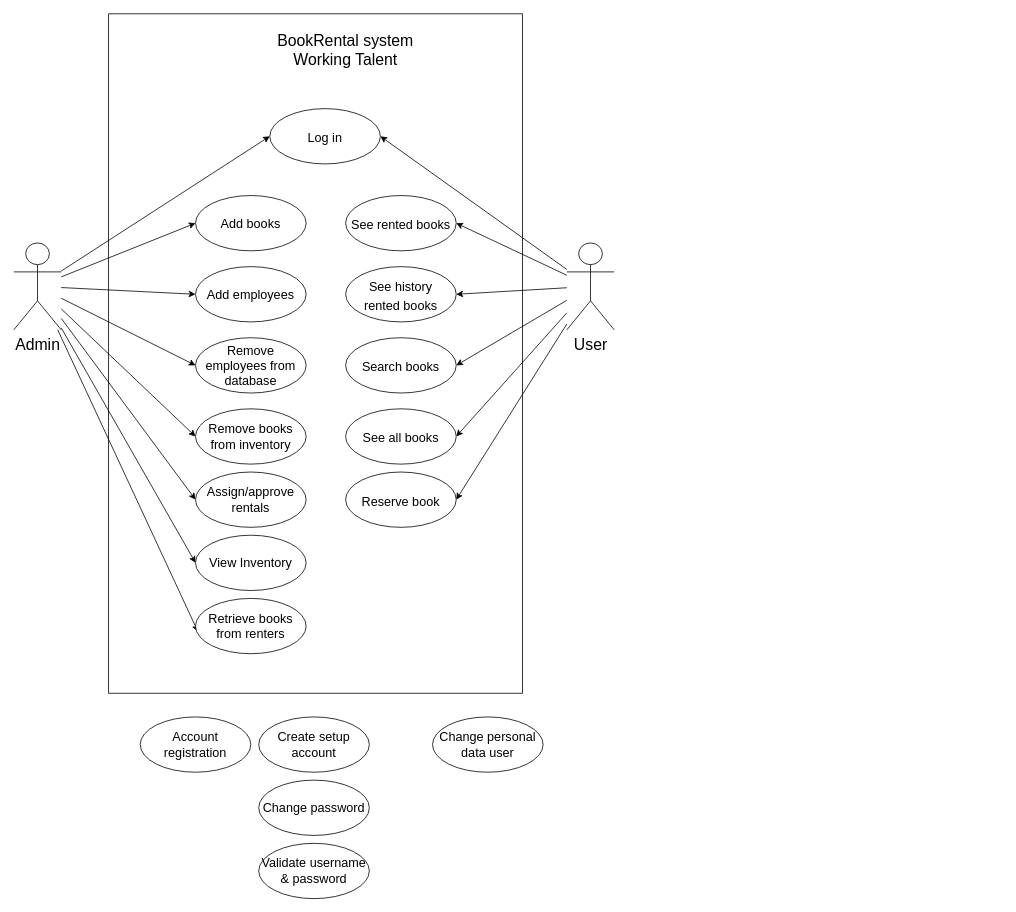
The draw.io diagram Use case diagram.drawio in LauretteBuitenhuis/BookRental, before the edit. Source tidied: cells renumbered, new cells numbered last; positions are measured from the earlier drawing's top-left corner, leaving out a move shared by most shapes. Both pictures are drawn from the tidied source at 79%, with x=0, y=0 at pixel (13, 13).
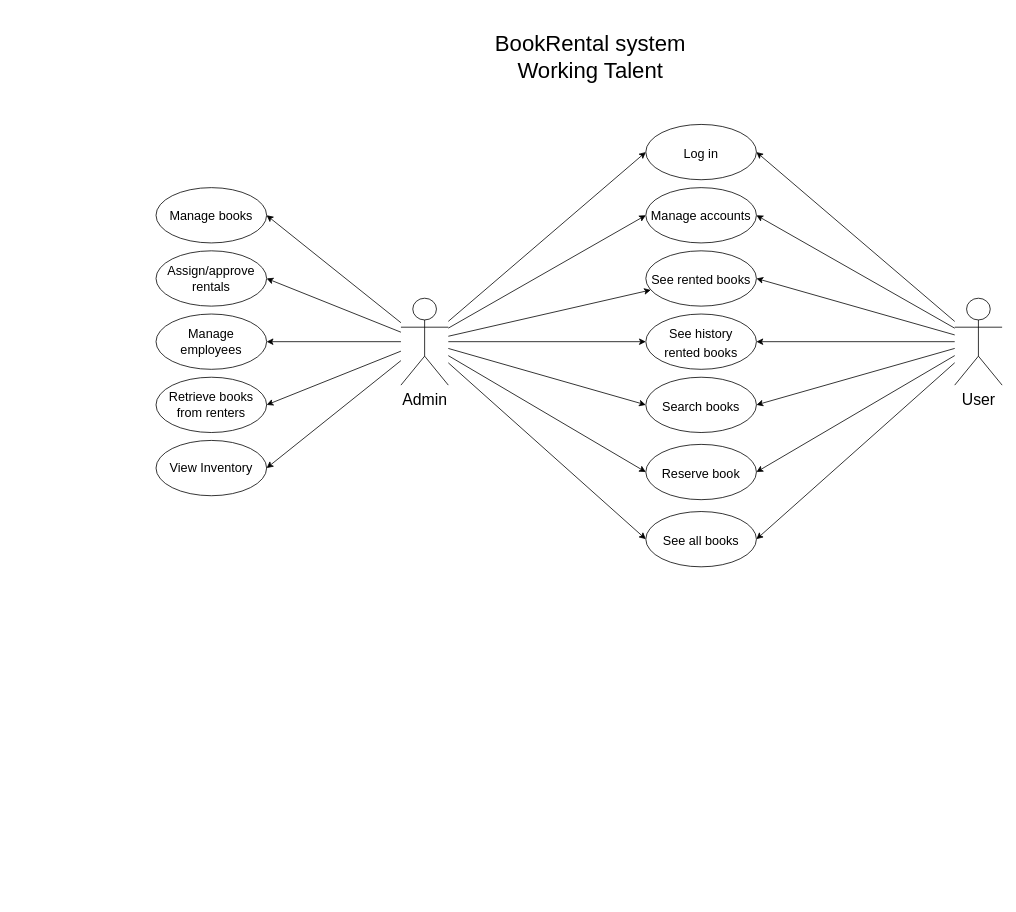
Above is the later version.

Diff of the diagram source:
```diff
@@
+    <mxCell id="9" style="edgeStyle=none;rounded=0;jettySize=auto;html=1;entryX=0;entryY=0.5;entryDx=0;entryDy=0;fontSize=16;" parent="1" edge="1" source="10" target="27">
+      <mxGeometry relative="1" as="geometry" />
+    </mxCell>
+    <mxCell id="38" style="rounded=0;jettySize=auto;html=1;" parent="1" edge="1" source="10" target="29">
+      <mxGeometry relative="1" as="geometry" />
+    </mxCell>
+    <mxCell id="39" style="edgeStyle=none;rounded=0;jettySize=auto;html=1;" parent="1" edge="1" source="10" target="30">
+      <mxGeometry relative="1" as="geometry" />
+    </mxCell>
+    <mxCell id="40" style="edgeStyle=none;rounded=0;jettySize=auto;html=1;entryX=0;entryY=0.5;entryDx=0;entryDy=0;" parent="1" edge="1" source="10" target="28">
+      <mxGeometry relative="1" as="geometry" />
+    </mxCell>
+    <mxCell id="41" style="edgeStyle=none;rounded=0;jettySize=auto;html=1;entryX=0;entryY=0.5;entryDx=0;entryDy=0;" parent="1" edge="1" source="10" target="31">
+      <mxGeometry relative="1" as="geometry" />
+    </mxCell>
+    <mxCell id="42" style="edgeStyle=none;rounded=0;jettySize=auto;html=1;entryX=0;entryY=0.5;entryDx=0;entryDy=0;" parent="1" edge="1" source="10" target="37">
+      <mxGeometry relative="1" as="geometry" />
+    </mxCell>
+    <mxCell id="43" style="edgeStyle=none;rounded=0;jettySize=auto;html=1;entryX=0;entryY=0.5;entryDx=0;entryDy=0;" parent="1" edge="1" source="10" target="32">
+      <mxGeometry relative="1" as="geometry" />
+    </mxCell>
-    <mxCell id="2" style="rounded=0;jettySize=auto;html=1;entryX=0;entryY=0.5;entryDx=0;entryDy=0;fontSize=20;" parent="1" edge="1" source="10" target="13">
+    <mxCell id="2" style="edgeStyle=none;rounded=0;jettySize=auto;html=1;entryX=1;entryY=0.5;entryDx=0;entryDy=0;" parent="1" edge="1" source="10" target="13">
       <mxGeometry relative="1" as="geometry" />
     </mxCell>
+    <mxCell id="6" style="edgeStyle=none;rounded=0;jettySize=auto;html=1;entryX=1;entryY=0.5;entryDx=0;entryDy=0;" parent="1" edge="1" source="10" target="16">
+      <mxGeometry relative="1" as="geometry" />
+    </mxCell>
-    <mxCell id="3" style="edgeStyle=none;rounded=0;jettySize=auto;html=1;entryX=0;entryY=0.5;entryDx=0;entryDy=0;fontSize=20;" parent="1" edge="1" source="10" target="14">
+    <mxCell id="3" style="edgeStyle=none;rounded=0;jettySize=auto;html=1;entryX=1;entryY=0.5;entryDx=0;entryDy=0;" parent="1" edge="1" source="10" target="14">
       <mxGeometry relative="1" as="geometry" />
     </mxCell>
-    <mxCell id="4" style="edgeStyle=none;rounded=0;jettySize=auto;html=1;entryX=0;entryY=0.5;entryDx=0;entryDy=0;fontSize=20;" parent="1" edge="1" source="10" target="15">
-      <mxGeometry relative="1" as="geometry" />
-    </mxCell>
-    <mxCell id="5" style="edgeStyle=none;rounded=0;jettySize=auto;html=1;entryX=0;entryY=0.5;entryDx=0;entryDy=0;fontSize=20;" parent="1" edge="1" source="10" target="19">
-      <mxGeometry relative="1" as="geometry" />
-    </mxCell>
-    <mxCell id="6" style="edgeStyle=none;rounded=0;jettySize=auto;html=1;entryX=0;entryY=0.5;entryDx=0;entryDy=0;fontSize=20;" parent="1" edge="1" source="10" target="16">
-      <mxGeometry relative="1" as="geometry" />
-    </mxCell>
+    <mxCell id="8" style="edgeStyle=none;rounded=0;jettySize=auto;html=1;entryX=1;entryY=0.5;entryDx=0;entryDy=0;" parent="1" edge="1" source="10" target="18">
+      <mxGeometry relative="1" as="geometry" />
+    </mxCell>
-    <mxCell id="7" style="edgeStyle=none;rounded=0;jettySize=auto;html=1;entryX=0;entryY=0.5;entryDx=0;entryDy=0;fontSize=20;" parent="1" edge="1" source="10" target="17">
+    <mxCell id="7" style="edgeStyle=none;rounded=0;jettySize=auto;html=1;entryX=1;entryY=0.5;entryDx=0;entryDy=0;" parent="1" edge="1" source="10" target="17">
       <mxGeometry relative="1" as="geometry" />
     </mxCell>
-    <mxCell id="8" style="edgeStyle=none;rounded=0;jettySize=auto;html=1;entryX=0.022;entryY=0.601;entryDx=0;entryDy=0;entryPerimeter=0;fontSize=20;" parent="1" edge="1" source="10" target="18">
-      <mxGeometry relative="1" as="geometry" />
-    </mxCell>
-    <mxCell id="9" style="edgeStyle=none;rounded=0;jettySize=auto;html=1;entryX=0;entryY=0.5;entryDx=0;entryDy=0;fontSize=16;" parent="1" edge="1" source="10" target="27">
-      <mxGeometry relative="1" as="geometry" />
-    </mxCell>
     <mxCell id="10" value="&lt;font style=&quot;font-size: 20px;&quot;&gt;Admin&lt;/font&gt;" style="shape=umlActor;verticalLabelPosition=bottom;verticalAlign=top;html=1;" parent="1" vertex="1">
-      <mxGeometry y="290" width="60" height="110" as="geometry" />
+      <mxGeometry x="490" y="360" width="60" height="110" as="geometry" />
     </mxCell>
-    <mxCell id="11" style="rounded=0;whiteSpace=wrap;html=1;fillStyle=auto;gradientColor=default;fillColor=none;" parent="1" vertex="1">
-      <mxGeometry x="120" width="524" height="860" as="geometry" />
-    </mxCell>
-    <mxCell id="12" value="&lt;font style=&quot;font-size: 20px;&quot;&gt;BookRental system Working Talent&lt;/font&gt;" style="text;html=1;strokeColor=none;fillColor=none;align=center;verticalAlign=middle;whiteSpace=wrap;rounded=0;" parent="1" vertex="1">
-      <mxGeometry x="330" y="30" width="180" height="30" as="geometry" />
+    <mxCell id="12" value="&lt;font style=&quot;font-size: 28px;&quot;&gt;BookRental system Working Talent&lt;/font&gt;" style="text;html=1;strokeColor=none;fillColor=none;align=center;verticalAlign=middle;whiteSpace=wrap;rounded=0;" parent="1" vertex="1">
+      <mxGeometry x="560" y="40" width="340" height="30" as="geometry" />
     </mxCell>
-    <mxCell id="13" value="Add books" style="ellipse;whiteSpace=wrap;html=1;fontSize=16;" parent="1" vertex="1">
-      <mxGeometry x="230" y="230" width="140" height="70" as="geometry" />
+    <mxCell id="13" value="Manage books" style="ellipse;whiteSpace=wrap;html=1;fontSize=16;" parent="1" vertex="1">
+      <mxGeometry x="180" y="220" width="140" height="70" as="geometry" />
     </mxCell>
-    <mxCell id="14" value="Add employees" style="ellipse;whiteSpace=wrap;html=1;fontSize=16;" parent="1" vertex="1">
-      <mxGeometry x="230" y="320" width="140" height="70" as="geometry" />
+    <mxCell id="14" value="Manage employees" style="ellipse;whiteSpace=wrap;html=1;fontSize=16;" parent="1" vertex="1">
+      <mxGeometry x="180" y="380" width="140" height="70" as="geometry" />
     </mxCell>
-    <mxCell id="15" value="Remove employees from database" style="ellipse;whiteSpace=wrap;html=1;fontSize=16;" parent="1" vertex="1">
-      <mxGeometry x="230" y="410" width="140" height="70" as="geometry" />
-    </mxCell>
     <mxCell id="16" value="Assign/approve rentals" style="ellipse;whiteSpace=wrap;html=1;fontSize=16;" parent="1" vertex="1">
-      <mxGeometry x="230" y="580" width="140" height="70" as="geometry" />
+      <mxGeometry x="180" y="300" width="140" height="70" as="geometry" />
     </mxCell>
     <mxCell id="17" value="View Inventory" style="ellipse;whiteSpace=wrap;html=1;fontSize=16;" parent="1" vertex="1">
-      <mxGeometry x="230" y="660" width="140" height="70" as="geometry" />
+      <mxGeometry x="180" y="540" width="140" height="70" as="geometry" />
     </mxCell>
     <mxCell id="18" value="Retrieve books from renters" style="ellipse;whiteSpace=wrap;html=1;fontSize=16;" parent="1" vertex="1">
-      <mxGeometry x="230" y="740" width="140" height="70" as="geometry" />
+      <mxGeometry x="180" y="460" width="140" height="70" as="geometry" />
     </mxCell>
-    <mxCell id="19" value="Remove books from inventory" style="ellipse;whiteSpace=wrap;html=1;fontSize=16;" parent="1" vertex="1">
-      <mxGeometry x="230" y="500" width="140" height="70" as="geometry" />
-    </mxCell>
@@
+    <mxCell id="44" style="edgeStyle=none;rounded=0;jettySize=auto;html=1;entryX=1;entryY=0.5;entryDx=0;entryDy=0;" parent="1" edge="1" source="26" target="37">
+      <mxGeometry relative="1" as="geometry" />
+    </mxCell>
     <mxCell id="26" value="&lt;font style=&quot;font-size: 20px;&quot;&gt;User&lt;/font&gt;" style="shape=umlActor;verticalLabelPosition=bottom;verticalAlign=top;html=1;" parent="1" vertex="1">
-      <mxGeometry x="700" y="290" width="60" height="110" as="geometry" />
+      <mxGeometry x="1191" y="360" width="60" height="110" as="geometry" />
     </mxCell>
     <mxCell id="27" value="&lt;font style=&quot;font-size: 16px;&quot;&gt;Log in&lt;/font&gt;" style="ellipse;whiteSpace=wrap;html=1;fontSize=20;" parent="1" vertex="1">
-      <mxGeometry x="324" y="120" width="140" height="70" as="geometry" />
+      <mxGeometry x="800" y="140" width="140" height="70" as="geometry" />
     </mxCell>
     <mxCell id="28" value="&lt;font style=&quot;font-size: 16px;&quot;&gt;Search books&lt;/font&gt;" style="ellipse;whiteSpace=wrap;html=1;fontSize=20;" parent="1" vertex="1">
-      <mxGeometry x="420" y="410" width="140" height="70" as="geometry" />
+      <mxGeometry x="800" y="460" width="140" height="70" as="geometry" />
     </mxCell>
     <mxCell id="29" value="&lt;font style=&quot;font-size: 16px;&quot;&gt;See rented books&lt;/font&gt;" style="ellipse;whiteSpace=wrap;html=1;fontSize=20;" parent="1" vertex="1">
-      <mxGeometry x="420" y="230" width="140" height="70" as="geometry" />
+      <mxGeometry x="800" y="300" width="140" height="70" as="geometry" />
     </mxCell>
     <mxCell id="30" value="&lt;font style=&quot;font-size: 16px;&quot;&gt;&lt;font style=&quot;font-size: 16px;&quot;&gt;See&lt;/font&gt;&lt;font style=&quot;font-size: 16px;&quot;&gt; &lt;/font&gt;&lt;font style=&quot;font-size: 16px;&quot;&gt;history &lt;br&gt;rented books&lt;/font&gt;&lt;/font&gt;" style="ellipse;whiteSpace=wrap;html=1;fontSize=20;" parent="1" vertex="1">
-      <mxGeometry x="420" y="320" width="140" height="70" as="geometry" />
+      <mxGeometry x="800" y="380" width="140" height="70" as="geometry" />
     </mxCell>
     <mxCell id="31" value="&lt;font style=&quot;font-size: 16px;&quot;&gt;See all books&lt;/font&gt;" style="ellipse;whiteSpace=wrap;html=1;fontSize=20;" parent="1" vertex="1">
-      <mxGeometry x="420" y="500" width="140" height="70" as="geometry" />
+      <mxGeometry x="800" y="630" width="140" height="70" as="geometry" />
     </mxCell>
     <mxCell id="32" value="&lt;font style=&quot;font-size: 16px;&quot;&gt;Reserve book&lt;/font&gt;" style="ellipse;whiteSpace=wrap;html=1;fontSize=20;" parent="1" vertex="1">
-      <mxGeometry x="420" y="580" width="140" height="70" as="geometry" />
+      <mxGeometry x="800" y="545" width="140" height="70" as="geometry" />
     </mxCell>
-    <mxCell id="33" value="Change personal data user" style="ellipse;whiteSpace=wrap;html=1;fillStyle=auto;fontSize=16;fillColor=none;gradientColor=default;" parent="1" vertex="1">
-      <mxGeometry x="530" y="890" width="140" height="70" as="geometry" />
-    </mxCell>
-    <mxCell id="34" value="Create setup account" style="ellipse;whiteSpace=wrap;html=1;fillStyle=auto;fontSize=16;fillColor=none;gradientColor=default;" parent="1" vertex="1">
-      <mxGeometry x="310" y="890" width="140" height="70" as="geometry" />
-    </mxCell>
-    <mxCell id="35" value="Change password" style="ellipse;whiteSpace=wrap;html=1;fillStyle=auto;fontSize=16;fillColor=none;gradientColor=default;" parent="1" vertex="1">
-      <mxGeometry x="310" y="970" width="140" height="70" as="geometry" />
-    </mxCell>
-    <mxCell id="36" value="Validate username &amp;amp; password" style="ellipse;whiteSpace=wrap;html=1;fillStyle=auto;fontSize=16;fillColor=none;gradientColor=default;" parent="1" vertex="1">
-      <mxGeometry x="310" y="1050" width="140" height="70" as="geometry" />
-    </mxCell>
-    <mxCell id="37" value="Account registration" style="ellipse;whiteSpace=wrap;html=1;fillStyle=auto;fontSize=16;fillColor=none;gradientColor=default;" parent="1" vertex="1">
-      <mxGeometry x="160" y="890" width="140" height="70" as="geometry" />
+    <mxCell id="37" value="Manage accounts" style="ellipse;whiteSpace=wrap;html=1;fillStyle=auto;fontSize=16;fillColor=none;gradientColor=default;" parent="1" vertex="1">
+      <mxGeometry x="800" y="220" width="140" height="70" as="geometry" />
     </mxCell>
```
